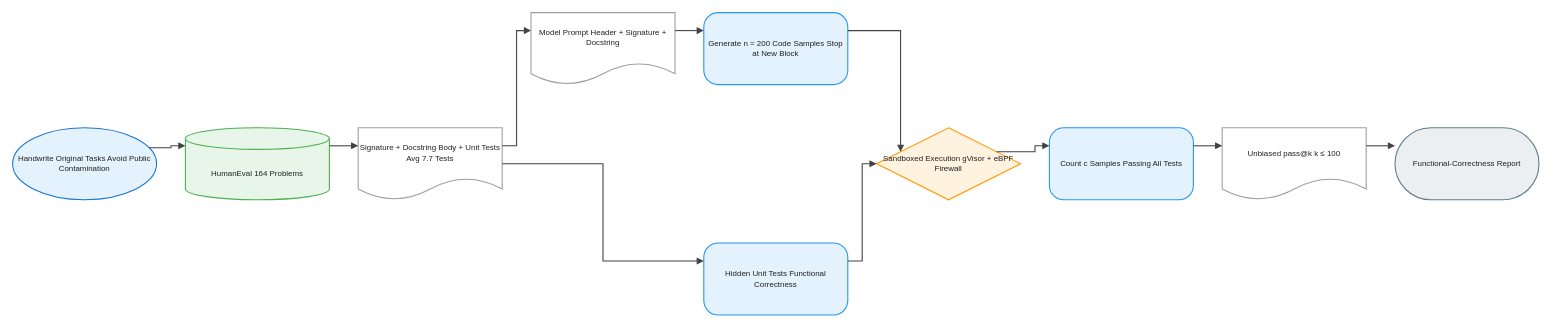
joe1chief/benchmark-hub keeps this draw.io diagram as client/public/drawio/HumanEval/HumanEval.en.drawio. Above is the earlier version. Source tidied: cells renumbered, new cells numbered last; positions are measured from the earlier drawing's top-left corner, leaving out a move shared by most shapes. Both pictures are drawn from the tidied source at 72%, with x=0, y=0 at pixel (12, 12).
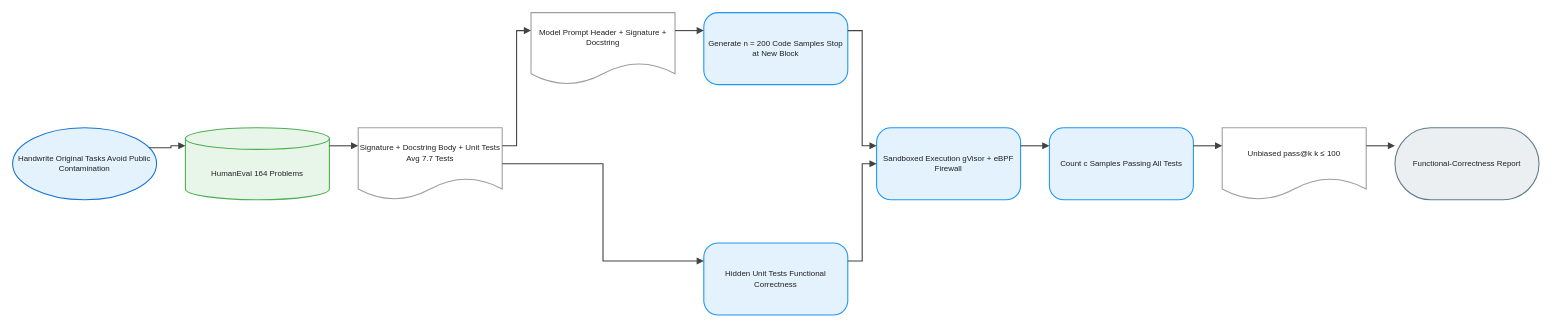
After the change.

Change to the diagram source:
```diff
@@
-    <mxCell id="8" value="Sandboxed Execution gVisor + eBPF Firewall" style="rhombus;html=1;whiteSpace=wrap;fillColor=#FFF3E0;strokeColor=#FF9800;strokeWidth=1.5;fontColor=#212121;fontSize=11;fontFamily=Arial, Helvetica, sans-serif;verticalAlign=middle;align=center;" parent="1" vertex="1">
+    <mxCell id="8" value="Sandboxed Execution gVisor + eBPF Firewall" style="rounded=1;arcSize=20;html=1;whiteSpace=wrap;fillColor=#E3F2FD;strokeColor=#2196F3;strokeWidth=1.5;fontColor=#212121;fontSize=11;fontFamily=Arial, Helvetica, sans-serif;verticalAlign=middle;align=center;" parent="1" vertex="1">
       <mxGeometry x="1200" y="160" width="200" height="100" as="geometry" />
     </mxCell>
```
